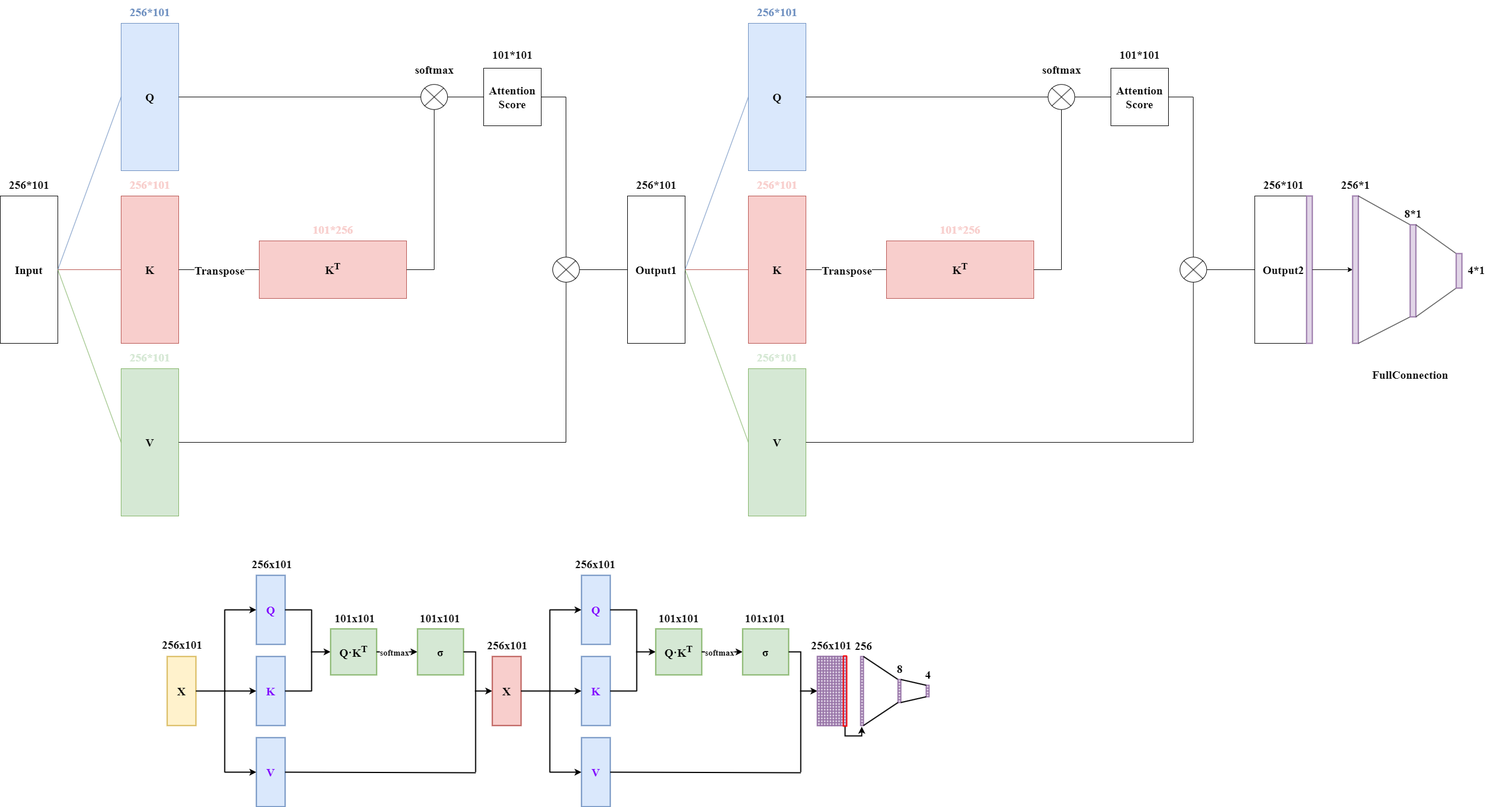
Purer-lyk/network_pic keeps this draw.io diagram as attention.drawio.png. Above is the earlier version. Source tidied: cells renumbered, new cells last; positions are measured from the earlier drawing's top-left corner, leaving out a move shared by most shapes.
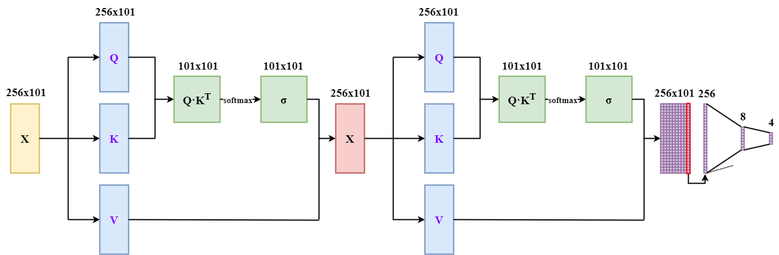
After the change.

What changed in the source:
```diff
@@ -4,260 +4,2 @@
     <mxCell id="1" parent="0" />
-    <mxCell id="2" value="&lt;font face=&quot;Times New Roman&quot; style=&quot;font-size: 20px;&quot;&gt;&lt;b&gt;Input&lt;/b&gt;&lt;/font&gt;" style="rounded=0;whiteSpace=wrap;html=1;" parent="1" vertex="1">
-      <mxGeometry y="340" width="100" height="256" as="geometry" />
-    </mxCell>
-    <mxCell id="3" value="&lt;font face=&quot;Times New Roman&quot; style=&quot;font-size: 20px;&quot;&gt;&lt;b&gt;Q&lt;/b&gt;&lt;/font&gt;" style="rounded=0;whiteSpace=wrap;html=1;fillColor=#dae8fc;strokeColor=#6c8ebf;" parent="1" vertex="1">
-      <mxGeometry x="210" y="40" width="100" height="256" as="geometry" />
-    </mxCell>
-    <mxCell id="4" value="&lt;font face=&quot;Times New Roman&quot; style=&quot;font-size: 20px;&quot;&gt;&lt;b&gt;K&lt;/b&gt;&lt;/font&gt;" style="rounded=0;whiteSpace=wrap;html=1;fillColor=#F8CECC;strokeColor=#b85450;" parent="1" vertex="1">
-      <mxGeometry x="210" y="340" width="100" height="256" as="geometry" />
-    </mxCell>
-    <mxCell id="5" value="&lt;font face=&quot;Times New Roman&quot; style=&quot;font-size: 20px;&quot;&gt;&lt;b&gt;V&lt;/b&gt;&lt;/font&gt;" style="rounded=0;whiteSpace=wrap;html=1;fillColor=#D5E8D4;strokeColor=#82b366;" parent="1" vertex="1">
-      <mxGeometry x="210" y="640" width="100" height="256" as="geometry" />
-    </mxCell>
-    <mxCell id="6" style="endArrow=none;html=1;rounded=0;exitX=1;exitY=0.5;exitDx=0;exitDy=0;entryX=0;entryY=0.5;entryDx=0;entryDy=0;fillColor=#dae8fc;strokeColor=#6c8ebf;" parent="1" edge="1" source="2" target="3">
-      <mxGeometry relative="1" as="geometry" />
-    </mxCell>
-    <mxCell id="7" style="endArrow=none;html=1;rounded=0;exitX=1;exitY=0.5;exitDx=0;exitDy=0;fillColor=#f8cecc;strokeColor=#b85450;" parent="1" edge="1" source="2" target="4">
-      <mxGeometry relative="1" as="geometry" />
-    </mxCell>
-    <mxCell id="8" style="endArrow=none;html=1;rounded=0;exitX=1;exitY=0.5;exitDx=0;exitDy=0;entryX=0;entryY=0.5;entryDx=0;entryDy=0;fillColor=#d5e8d4;strokeColor=#82b366;" parent="1" edge="1" source="2" target="5">
-      <mxGeometry relative="1" as="geometry" />
-    </mxCell>
-    <mxCell id="9" value="&lt;font face=&quot;Times New Roman&quot; color=&quot;#6c8ebf&quot; style=&quot;font-size: 20px;&quot;&gt;&lt;b&gt;256*101&lt;/b&gt;&lt;/font&gt;" style="text;html=1;align=center;verticalAlign=middle;strokeColor=none;fillColor=none;" parent="1" vertex="1">
-      <mxGeometry x="215" width="90" height="40" as="geometry" />
-    </mxCell>
-    <mxCell id="10" value="&lt;font face=&quot;Times New Roman&quot; style=&quot;font-size: 20px;&quot;&gt;&lt;b&gt;256*101&lt;/b&gt;&lt;/font&gt;" style="text;html=1;align=center;verticalAlign=middle;strokeColor=none;fillColor=none;" parent="1" vertex="1">
-      <mxGeometry x="5" y="300" width="90" height="40" as="geometry" />
-    </mxCell>
-    <mxCell id="11" value="&lt;font face=&quot;Times New Roman&quot; color=&quot;#f8cecc&quot; style=&quot;font-size: 20px;&quot;&gt;&lt;b&gt;256*101&lt;/b&gt;&lt;/font&gt;" style="text;html=1;align=center;verticalAlign=middle;strokeColor=none;fillColor=none;" parent="1" vertex="1">
-      <mxGeometry x="215" y="300" width="90" height="40" as="geometry" />
-    </mxCell>
-    <mxCell id="12" value="&lt;font face=&quot;Times New Roman&quot; color=&quot;#d5e8d4&quot; style=&quot;font-size: 20px;&quot;&gt;&lt;b&gt;256*101&lt;/b&gt;&lt;/font&gt;" style="text;html=1;align=center;verticalAlign=middle;strokeColor=none;fillColor=none;" parent="1" vertex="1">
-      <mxGeometry x="215" y="600" width="90" height="40" as="geometry" />
-    </mxCell>
-    <mxCell id="13" style="endArrow=none;html=1;rounded=0;entryX=0;entryY=0.5;entryDx=0;entryDy=0;exitX=1;exitY=0.5;exitDx=0;exitDy=0;exitPerimeter=0;" parent="1" edge="1" source="47" target="20">
-      <mxGeometry relative="1" as="geometry" />
-    </mxCell>
-    <mxCell id="14" style="endArrow=none;html=1;rounded=0;exitX=1;exitY=0.5;exitDx=0;exitDy=0;" parent="1" edge="1" source="4">
-      <mxGeometry relative="1" as="geometry">
-        <mxPoint x="450" y="468" as="targetPoint" />
-      </mxGeometry>
-    </mxCell>
-    <mxCell id="15" value="&lt;font face=&quot;Times New Roman&quot; style=&quot;font-size: 20px;&quot;&gt;&lt;b&gt;Transpose&lt;/b&gt;&lt;/font&gt;" style="edgeLabel;html=1;align=center;verticalAlign=middle;" parent="14" vertex="1">
-      <mxGeometry x="0.01" y="1" relative="1" as="geometry">
-        <mxPoint x="-1" y="1" as="offset" />
-      </mxGeometry>
-    </mxCell>
-    <mxCell id="16" value="&lt;font face=&quot;Times New Roman&quot; style=&quot;&quot;&gt;&lt;sup style=&quot;&quot;&gt;&lt;span style=&quot;font-size: 20px;&quot;&gt;&lt;b&gt;K&lt;sup&gt;T&lt;/sup&gt;&lt;/b&gt;&lt;/span&gt;&lt;/sup&gt;&lt;/font&gt;" style="rounded=0;whiteSpace=wrap;html=1;fillColor=#F8CECC;strokeColor=#b85450;direction=south;" parent="1" vertex="1">
-      <mxGeometry x="450" y="418" width="256" height="100" as="geometry" />
-    </mxCell>
-    <mxCell id="17" value="&lt;font face=&quot;Times New Roman&quot; color=&quot;#f8cecc&quot; style=&quot;font-size: 20px;&quot;&gt;&lt;b&gt;101*256&lt;/b&gt;&lt;/font&gt;" style="text;html=1;align=center;verticalAlign=middle;strokeColor=none;fillColor=none;" parent="1" vertex="1">
-      <mxGeometry x="533" y="378" width="90" height="40" as="geometry" />
-    </mxCell>
-    <mxCell id="18" style="endArrow=none;html=1;rounded=0;exitX=0.5;exitY=0;exitDx=0;exitDy=0;" parent="1" edge="1" source="16">
-      <mxGeometry relative="1" as="geometry">
-        <mxPoint x="754" y="190" as="targetPoint" />
-        <Array as="points">
-          <mxPoint x="754" y="468" />
-        </Array>
-      </mxGeometry>
-    </mxCell>
-    <mxCell id="19" style="endArrow=none;html=1;rounded=0;exitX=1;exitY=0.5;exitDx=0;exitDy=0;entryX=0;entryY=0.5;entryDx=0;entryDy=0;entryPerimeter=0;" parent="1" edge="1" source="3" target="47">
-      <mxGeometry relative="1" as="geometry" />
-    </mxCell>
-    <mxCell id="20" value="&lt;font face=&quot;Times New Roman&quot; style=&quot;font-size: 20px;&quot;&gt;&lt;b style=&quot;&quot;&gt;Attention&lt;/b&gt;&lt;/font&gt;&lt;div style=&quot;font-size: 20px;&quot;&gt;&lt;font face=&quot;Times New Roman&quot; style=&quot;font-size: 20px;&quot;&gt;&lt;b&gt;Score&lt;/b&gt;&lt;/font&gt;&lt;/div&gt;" style="rounded=0;whiteSpace=wrap;html=1;" parent="1" vertex="1">
-      <mxGeometry x="840" y="118" width="100" height="100" as="geometry" />
-    </mxCell>
-    <mxCell id="21" style="endArrow=none;html=1;rounded=0;exitX=1;exitY=0.5;exitDx=0;exitDy=0;entryX=0.5;entryY=1;entryDx=0;entryDy=0;entryPerimeter=0;" parent="1" edge="1" source="5" target="48">
-      <mxGeometry relative="1" as="geometry">
-        <Array as="points">
-          <mxPoint x="983" y="768" />
-        </Array>
-      </mxGeometry>
-    </mxCell>
-    <mxCell id="22" value="&lt;font face=&quot;Times New Roman&quot; style=&quot;font-size: 20px;&quot;&gt;&lt;b&gt;101*101&lt;/b&gt;&lt;/font&gt;" style="text;html=1;align=center;verticalAlign=middle;strokeColor=none;fillColor=none;" parent="1" vertex="1">
-      <mxGeometry x="845" y="74" width="90" height="40" as="geometry" />
-    </mxCell>
-    <mxCell id="23" style="endArrow=none;html=1;rounded=0;exitX=1;exitY=0.5;exitDx=0;exitDy=0;entryX=0.5;entryY=0;entryDx=0;entryDy=0;entryPerimeter=0;" parent="1" edge="1" source="20" target="48">
-      <mxGeometry relative="1" as="geometry">
-        <Array as="points">
-          <mxPoint x="983" y="168" />
-        </Array>
-      </mxGeometry>
-    </mxCell>
-    <mxCell id="24" style="endArrow=none;html=1;rounded=0;exitX=1;exitY=0.5;exitDx=0;exitDy=0;exitPerimeter=0;" parent="1" edge="1" source="48">
-      <mxGeometry relative="1" as="geometry">
-        <mxPoint x="1090" y="468" as="targetPoint" />
-      </mxGeometry>
-    </mxCell>
-    <mxCell id="25" value="&lt;font face=&quot;Times New Roman&quot; style=&quot;font-size: 20px;&quot;&gt;&lt;b&gt;Output1&lt;/b&gt;&lt;/font&gt;" style="rounded=0;whiteSpace=wrap;html=1;" parent="1" vertex="1">
-      <mxGeometry x="1090" y="340" width="100" height="256" as="geometry" />
-    </mxCell>
-    <mxCell id="26" value="&lt;span style=&quot;font-size: 20px;&quot;&gt;&lt;b&gt;&lt;font face=&quot;Times New Roman&quot;&gt;256*101&lt;/font&gt;&lt;/b&gt;&lt;/span&gt;" style="text;html=1;align=center;verticalAlign=middle;strokeColor=none;fillColor=none;" parent="1" vertex="1">
-      <mxGeometry x="1095" y="300" width="90" height="40" as="geometry" />
-    </mxCell>
-    <mxCell id="27" style="endArrow=none;html=1;rounded=0;exitX=1;exitY=0.5;exitDx=0;exitDy=0;exitPerimeter=0;" parent="1" edge="1" source="68">
-      <mxGeometry relative="1" as="geometry">
-        <mxPoint x="2180" y="468" as="targetPoint" />
-      </mxGeometry>
-    </mxCell>
-    <mxCell id="28" value="&lt;font face=&quot;Times New Roman&quot; style=&quot;font-size: 20px;&quot;&gt;&lt;b&gt;Output2&lt;/b&gt;&lt;/font&gt;" style="rounded=0;whiteSpace=wrap;html=1;" parent="1" vertex="1">
-      <mxGeometry x="2180" y="340" width="100" height="256" as="geometry" />
-    </mxCell>
-    <mxCell id="29" value="&lt;font face=&quot;Times New Roman&quot; style=&quot;font-size: 20px;&quot;&gt;&lt;b&gt;256*101&lt;/b&gt;&lt;/font&gt;" style="text;html=1;align=center;verticalAlign=middle;strokeColor=none;fillColor=none;" parent="1" vertex="1">
-      <mxGeometry x="2185" y="300" width="90" height="40" as="geometry" />
-    </mxCell>
-    <mxCell id="30" value="&lt;font face=&quot;Times New Roman&quot; style=&quot;font-size: 20px;&quot;&gt;&lt;b&gt;softmax&lt;/b&gt;&lt;/font&gt;" style="text;html=1;align=center;verticalAlign=middle;strokeColor=none;fillColor=none;" parent="1" vertex="1">
-      <mxGeometry x="709" y="100" width="90" height="40" as="geometry" />
-    </mxCell>
-    <mxCell id="31" style="rounded=0;whiteSpace=wrap;html=1;strokeWidth=2;fillColor=#e1d5e7;strokeColor=#9673a6;" parent="1" vertex="1">
-      <mxGeometry x="2270" y="340" width="10" height="256" as="geometry" />
-    </mxCell>
-    <mxCell id="32" style="endArrow=classic;html=1;rounded=0;exitX=1;exitY=0.5;exitDx=0;exitDy=0;" parent="1" edge="1" source="31">
-      <mxGeometry relative="1" as="geometry">
-        <mxPoint x="2350" y="468" as="targetPoint" />
-      </mxGeometry>
-    </mxCell>
-    <mxCell id="33" style="rounded=0;whiteSpace=wrap;html=1;strokeWidth=2;fillColor=#e1d5e7;strokeColor=#9673a6;" parent="1" vertex="1">
-      <mxGeometry x="2350" y="340" width="10" height="256" as="geometry" />
-    </mxCell>
-    <mxCell id="34" style="endArrow=none;html=1;rounded=0;exitX=1;exitY=0.5;exitDx=0;exitDy=0;entryX=0;entryY=0.5;entryDx=0;entryDy=0;fillColor=#dae8fc;strokeColor=#6c8ebf;" parent="1" edge="1">
-      <mxGeometry relative="1" as="geometry">
-        <mxPoint x="1190" y="468" as="sourcePoint" />
-        <mxPoint x="1300" y="168" as="targetPoint" />
-      </mxGeometry>
-    </mxCell>
-    <mxCell id="35" style="endArrow=none;html=1;rounded=0;exitX=1;exitY=0.5;exitDx=0;exitDy=0;fillColor=#f8cecc;strokeColor=#b85450;" parent="1" edge="1">
-      <mxGeometry relative="1" as="geometry">
-        <mxPoint x="1190" y="468" as="sourcePoint" />
-        <mxPoint x="1300" y="468" as="targetPoint" />
-      </mxGeometry>
-    </mxCell>
-    <mxCell id="36" style="endArrow=none;html=1;rounded=0;exitX=1;exitY=0.5;exitDx=0;exitDy=0;entryX=0;entryY=0.5;entryDx=0;entryDy=0;fillColor=#d5e8d4;strokeColor=#82b366;" parent="1" edge="1">
-      <mxGeometry relative="1" as="geometry">
-        <mxPoint x="1190" y="468" as="sourcePoint" />
-        <mxPoint x="1300" y="768" as="targetPoint" />
-      </mxGeometry>
-    </mxCell>
-    <mxCell id="37" value="&lt;font face=&quot;Times New Roman&quot; style=&quot;font-size: 20px;&quot;&gt;&lt;b&gt;256*1&lt;/b&gt;&lt;/font&gt;" style="text;html=1;align=center;verticalAlign=middle;strokeColor=none;fillColor=none;" parent="1" vertex="1">
-      <mxGeometry x="2320" y="300" width="70" height="40" as="geometry" />
-    </mxCell>
-    <mxCell id="38" style="endArrow=none;html=1;rounded=0;exitX=1;exitY=0;exitDx=0;exitDy=0;" parent="1" edge="1" source="33">
-      <mxGeometry relative="1" as="geometry">
-        <mxPoint x="2450" y="390" as="targetPoint" />
-      </mxGeometry>
-    </mxCell>
-    <mxCell id="39" style="endArrow=none;html=1;rounded=0;exitX=1;exitY=1;exitDx=0;exitDy=0;" parent="1" edge="1" source="33">
-      <mxGeometry relative="1" as="geometry">
-        <mxPoint x="2450" y="550" as="targetPoint" />
-      </mxGeometry>
-    </mxCell>
-    <mxCell id="40" style="rounded=0;whiteSpace=wrap;html=1;fillColor=#e1d5e7;strokeColor=#9673a6;strokeWidth=2;" parent="1" vertex="1">
-      <mxGeometry x="2450" y="390" width="10" height="160" as="geometry" />
-    </mxCell>
-    <mxCell id="41" style="endArrow=none;html=1;rounded=0;exitX=1;exitY=0;exitDx=0;exitDy=0;" parent="1" edge="1" source="40">
-      <mxGeometry relative="1" as="geometry">
-        <mxPoint x="2530" y="440" as="targetPoint" />
-      </mxGeometry>
-    </mxCell>
-    <mxCell id="42" style="endArrow=none;html=1;rounded=0;exitX=1;exitY=1;exitDx=0;exitDy=0;" parent="1" edge="1" source="40">
-      <mxGeometry relative="1" as="geometry">
-        <mxPoint x="2530" y="500" as="targetPoint" />
-      </mxGeometry>
-    </mxCell>
-    <mxCell id="43" style="rounded=0;whiteSpace=wrap;html=1;fillColor=#e1d5e7;strokeColor=#9673a6;strokeWidth=2;" parent="1" vertex="1">
-      <mxGeometry x="2530" y="440" width="10" height="60" as="geometry" />
-    </mxCell>
-    <mxCell id="44" value="&lt;font face=&quot;Times New Roman&quot; style=&quot;font-size: 20px;&quot;&gt;&lt;b&gt;8*1&lt;/b&gt;&lt;/font&gt;" style="text;html=1;align=center;verticalAlign=middle;strokeColor=none;fillColor=none;" parent="1" vertex="1">
-      <mxGeometry x="2430" y="350" width="50" height="40" as="geometry" />
-    </mxCell>
-    <mxCell id="45" value="&lt;font face=&quot;Times New Roman&quot; style=&quot;font-size: 20px;&quot;&gt;&lt;b&gt;4*1&lt;/b&gt;&lt;/font&gt;" style="text;html=1;align=center;verticalAlign=middle;strokeColor=none;fillColor=none;" parent="1" vertex="1">
-      <mxGeometry x="2540" y="448" width="50" height="40" as="geometry" />
-    </mxCell>
-    <mxCell id="46" value="&lt;font face=&quot;Times New Roman&quot; style=&quot;font-size: 20px;&quot;&gt;&lt;b&gt;FullConnection&lt;/b&gt;&lt;/font&gt;" style="text;html=1;align=center;verticalAlign=middle;strokeColor=none;fillColor=none;" parent="1" vertex="1">
-      <mxGeometry x="2370" y="630" width="160" height="40" as="geometry" />
-    </mxCell>
-    <mxCell id="47" style="verticalLabelPosition=bottom;verticalAlign=top;html=1;shape=mxgraph.flowchart.or;" parent="1" vertex="1">
-      <mxGeometry x="730.8" y="146.2" width="46.5" height="43.5" as="geometry" />
-    </mxCell>
-    <mxCell id="48" style="verticalLabelPosition=bottom;verticalAlign=top;html=1;shape=mxgraph.flowchart.or;" parent="1" vertex="1">
-      <mxGeometry x="960" y="446.2" width="46.5" height="43.5" as="geometry" />
-    </mxCell>
-    <mxCell id="49" value="&lt;font face=&quot;Times New Roman&quot; style=&quot;font-size: 20px;&quot;&gt;&lt;b&gt;Q&lt;/b&gt;&lt;/font&gt;" style="rounded=0;whiteSpace=wrap;html=1;fillColor=#dae8fc;strokeColor=#6c8ebf;" parent="1" vertex="1">
-      <mxGeometry x="1300" y="40" width="100" height="256" as="geometry" />
-    </mxCell>
-    <mxCell id="50" value="&lt;font face=&quot;Times New Roman&quot; style=&quot;font-size: 20px;&quot;&gt;&lt;b&gt;K&lt;/b&gt;&lt;/font&gt;" style="rounded=0;whiteSpace=wrap;html=1;fillColor=#F8CECC;strokeColor=#b85450;" parent="1" vertex="1">
-      <mxGeometry x="1300" y="340" width="100" height="256" as="geometry" />
-    </mxCell>
-    <mxCell id="51" value="&lt;font face=&quot;Times New Roman&quot; style=&quot;font-size: 20px;&quot;&gt;&lt;b&gt;V&lt;/b&gt;&lt;/font&gt;" style="rounded=0;whiteSpace=wrap;html=1;fillColor=#D5E8D4;strokeColor=#82b366;" parent="1" vertex="1">
-      <mxGeometry x="1300" y="640" width="100" height="256" as="geometry" />
-    </mxCell>
-    <mxCell id="52" value="&lt;font face=&quot;Times New Roman&quot; color=&quot;#6c8ebf&quot; style=&quot;font-size: 20px;&quot;&gt;&lt;b&gt;256*101&lt;/b&gt;&lt;/font&gt;" style="text;html=1;align=center;verticalAlign=middle;strokeColor=none;fillColor=none;" parent="1" vertex="1">
-      <mxGeometry x="1305" width="90" height="40" as="geometry" />
-    </mxCell>
-    <mxCell id="53" value="&lt;font face=&quot;Times New Roman&quot; color=&quot;#f8cecc&quot; style=&quot;font-size: 20px;&quot;&gt;&lt;b&gt;256*101&lt;/b&gt;&lt;/font&gt;" style="text;html=1;align=center;verticalAlign=middle;strokeColor=none;fillColor=none;" parent="1" vertex="1">
-      <mxGeometry x="1305" y="300" width="90" height="40" as="geometry" />
-    </mxCell>
-    <mxCell id="54" value="&lt;font face=&quot;Times New Roman&quot; color=&quot;#d5e8d4&quot; style=&quot;font-size: 20px;&quot;&gt;&lt;b&gt;256*101&lt;/b&gt;&lt;/font&gt;" style="text;html=1;align=center;verticalAlign=middle;strokeColor=none;fillColor=none;" parent="1" vertex="1">
-      <mxGeometry x="1305" y="600" width="90" height="40" as="geometry" />
-    </mxCell>
-    <mxCell id="55" style="endArrow=none;html=1;rounded=0;entryX=0;entryY=0.5;entryDx=0;entryDy=0;exitX=1;exitY=0.5;exitDx=0;exitDy=0;exitPerimeter=0;" parent="1" edge="1" source="67" target="62">
-      <mxGeometry relative="1" as="geometry" />
-    </mxCell>
-    <mxCell id="56" style="endArrow=none;html=1;rounded=0;exitX=1;exitY=0.5;exitDx=0;exitDy=0;" parent="1" edge="1" source="50">
-      <mxGeometry relative="1" as="geometry">
-        <mxPoint x="1540" y="468" as="targetPoint" />
-      </mxGeometry>
-    </mxCell>
-    <mxCell id="57" value="&lt;font face=&quot;Times New Roman&quot; style=&quot;font-size: 20px;&quot;&gt;&lt;b&gt;Transpose&lt;/b&gt;&lt;/font&gt;" style="edgeLabel;html=1;align=center;verticalAlign=middle;" parent="56" vertex="1">
-      <mxGeometry x="0.01" y="1" relative="1" as="geometry">
-        <mxPoint x="-1" y="1" as="offset" />
-      </mxGeometry>
-    </mxCell>
-    <mxCell id="58" value="&lt;font face=&quot;Times New Roman&quot; style=&quot;&quot;&gt;&lt;sup style=&quot;&quot;&gt;&lt;span style=&quot;font-size: 20px;&quot;&gt;&lt;b&gt;K&lt;sup&gt;T&lt;/sup&gt;&lt;/b&gt;&lt;/span&gt;&lt;/sup&gt;&lt;/font&gt;" style="rounded=0;whiteSpace=wrap;html=1;fillColor=#F8CECC;strokeColor=#b85450;direction=south;" parent="1" vertex="1">
-      <mxGeometry x="1540" y="418" width="256" height="100" as="geometry" />
-    </mxCell>
-    <mxCell id="59" value="&lt;font face=&quot;Times New Roman&quot; color=&quot;#f8cecc&quot; style=&quot;font-size: 20px;&quot;&gt;&lt;b&gt;101*256&lt;/b&gt;&lt;/font&gt;" style="text;html=1;align=center;verticalAlign=middle;strokeColor=none;fillColor=none;" parent="1" vertex="1">
-      <mxGeometry x="1623" y="378" width="90" height="40" as="geometry" />
-    </mxCell>
-    <mxCell id="60" style="endArrow=none;html=1;rounded=0;exitX=0.5;exitY=0;exitDx=0;exitDy=0;" parent="1" edge="1" source="58">
-      <mxGeometry relative="1" as="geometry">
-        <mxPoint x="1844" y="190" as="targetPoint" />
-        <Array as="points">
-          <mxPoint x="1844" y="468" />
-        </Array>
-      </mxGeometry>
-    </mxCell>
-    <mxCell id="61" style="endArrow=none;html=1;rounded=0;exitX=1;exitY=0.5;exitDx=0;exitDy=0;entryX=0;entryY=0.5;entryDx=0;entryDy=0;entryPerimeter=0;" parent="1" edge="1" source="49" target="67">
-      <mxGeometry relative="1" as="geometry" />
-    </mxCell>
-    <mxCell id="62" value="&lt;font face=&quot;Times New Roman&quot; style=&quot;font-size: 20px;&quot;&gt;&lt;b&gt;Attention&lt;/b&gt;&lt;/font&gt;&lt;div style=&quot;font-size: 20px;&quot;&gt;&lt;font face=&quot;Times New Roman&quot; style=&quot;font-size: 20px;&quot;&gt;&lt;b&gt;Score&lt;/b&gt;&lt;/font&gt;&lt;/div&gt;" style="rounded=0;whiteSpace=wrap;html=1;" parent="1" vertex="1">
-      <mxGeometry x="1930" y="118" width="100" height="100" as="geometry" />
-    </mxCell>
-    <mxCell id="63" style="endArrow=none;html=1;rounded=0;exitX=1;exitY=0.5;exitDx=0;exitDy=0;entryX=0.5;entryY=1;entryDx=0;entryDy=0;entryPerimeter=0;" parent="1" edge="1" source="51" target="68">
-      <mxGeometry relative="1" as="geometry">
-        <Array as="points">
-          <mxPoint x="2073" y="768" />
-        </Array>
-      </mxGeometry>
-    </mxCell>
-    <mxCell id="64" value="&lt;font face=&quot;Times New Roman&quot; style=&quot;font-size: 20px;&quot;&gt;&lt;b&gt;101*101&lt;/b&gt;&lt;/font&gt;" style="text;html=1;align=center;verticalAlign=middle;strokeColor=none;fillColor=none;" parent="1" vertex="1">
-      <mxGeometry x="1935" y="74" width="90" height="40" as="geometry" />
-    </mxCell>
-    <mxCell id="65" style="endArrow=none;html=1;rounded=0;exitX=1;exitY=0.5;exitDx=0;exitDy=0;entryX=0.5;entryY=0;entryDx=0;entryDy=0;entryPerimeter=0;" parent="1" edge="1" source="62" target="68">
-      <mxGeometry relative="1" as="geometry">
-        <Array as="points">
-          <mxPoint x="2073" y="168" />
-        </Array>
-      </mxGeometry>
-    </mxCell>
-    <mxCell id="66" value="&lt;font face=&quot;Times New Roman&quot; style=&quot;font-size: 20px;&quot;&gt;&lt;b&gt;softmax&lt;/b&gt;&lt;/font&gt;" style="text;html=1;align=center;verticalAlign=middle;strokeColor=none;fillColor=none;" parent="1" vertex="1">
-      <mxGeometry x="1799" y="100" width="90" height="40" as="geometry" />
-    </mxCell>
-    <mxCell id="67" style="verticalLabelPosition=bottom;verticalAlign=top;html=1;shape=mxgraph.flowchart.or;" parent="1" vertex="1">
-      <mxGeometry x="1820.8" y="146.2" width="46.5" height="43.5" as="geometry" />
-    </mxCell>
-    <mxCell id="68" style="verticalLabelPosition=bottom;verticalAlign=top;html=1;shape=mxgraph.flowchart.or;" parent="1" vertex="1">
-      <mxGeometry x="2050" y="446.2" width="46.5" height="43.5" as="geometry" />
-    </mxCell>
     <mxCell id="69" value="&lt;font face=&quot;Times New Roman&quot; style=&quot;font-size: 20px;&quot;&gt;&lt;b style=&quot;&quot;&gt;X&lt;/b&gt;&lt;/font&gt;" style="rounded=0;whiteSpace=wrap;html=1;strokeWidth=2;fillColor=#fff2cc;strokeColor=#d6b656;" parent="1" vertex="1">
@@ -2082,4 +1824,6 @@
     </mxCell>
-    <mxCell id="652" style="endArrow=none;html=1;rounded=0;exitX=1;exitY=1;exitDx=0;exitDy=0;entryX=0.044;entryY=1.027;entryDx=0;entryDy=0;entryPerimeter=0;" parent="1" edge="1" source="160" target="x">
-      <mxGeometry relative="1" as="geometry" />
+    <mxCell id="652" style="endArrow=none;html=1;rounded=0;exitX=1;exitY=1;exitDx=0;exitDy=0;entryX=0.044;entryY=1.027;entryDx=0;entryDy=0;entryPerimeter=0;" parent="1" edge="1" source="160">
+      <mxGeometry relative="1" as="geometry">
+        <mxPoint x="1546" y="1247" as="targetPoint" />
+      </mxGeometry>
     </mxCell>
```
